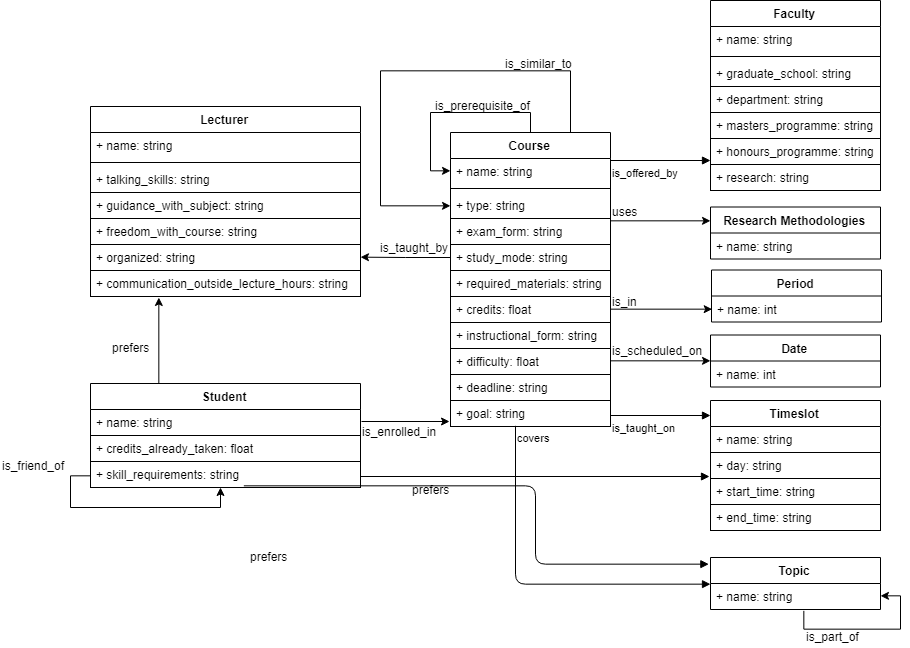
Earlier version of the draw.io export project-1/diagram/class-diagram.png (tintinrevient/intelligent-agents). Source tidied: cells renumbered, new cells last; positions are measured from the earlier drawing's top-left corner, leaving out a move shared by most shapes.
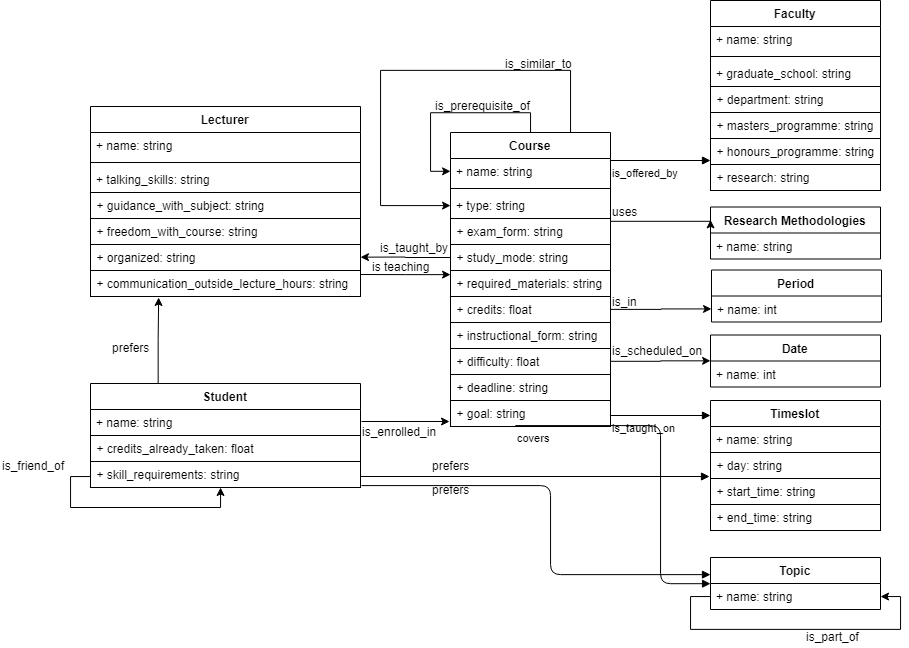
Later version of the same file.

The edit, as a diff of the source:
```diff
@@ -113,7 +113,7 @@
     <mxCell id="35" value="+ name: string" style="text;strokeColor=none;fillColor=none;align=left;verticalAlign=top;spacingLeft=4;spacingRight=4;overflow=hidden;points=[[0,0.5],[1,0.5]];portConstraint=eastwest;" parent="34" vertex="1">
       <mxGeometry y="26" width="170" height="26" as="geometry" />
     </mxCell>
-    <mxCell id="36" style="edgeStyle=orthogonalEdgeStyle;rounded=0;orthogonalLoop=1;jettySize=auto;html=1;entryX=1;entryY=0.5;entryDx=0;entryDy=0;exitX=0.553;exitY=1.038;exitDx=0;exitDy=0;exitPerimeter=0;" parent="34" edge="1" source="35" target="35">
+    <mxCell id="36" style="edgeStyle=orthogonalEdgeStyle;rounded=0;orthogonalLoop=1;jettySize=auto;html=1;entryX=1;entryY=0.5;entryDx=0;entryDy=0;" parent="34" edge="1" source="35" target="35">
       <mxGeometry relative="1" as="geometry" />
     </mxCell>
     <mxCell id="37" value="Timeslot" style="swimlane;fontStyle=1;align=center;verticalAlign=top;horizontal=1;startSize=26;" parent="1" vertex="1">
@@ -144,7 +144,11 @@
       <mxGeometry y="26" width="170" height="26" as="geometry" />
     </mxCell>
     <mxCell id="45" style="edgeStyle=orthogonalEdgeStyle;rounded=0;jettySize=auto;html=1;exitX=0.25;exitY=0;exitDx=0;exitDy=0;entryX=0.252;entryY=1.038;entryDx=0;entryDy=0;entryPerimeter=0;" parent="1" edge="1" source="46" target="23">
-      <mxGeometry relative="1" as="geometry" />
+      <mxGeometry relative="1" as="geometry">
+        <Array as="points">
+          <mxPoint x="158" y="339" />
+        </Array>
+      </mxGeometry>
     </mxCell>
     <mxCell id="46" value="Student" style="swimlane;fontStyle=1;align=center;verticalAlign=top;horizontal=1;startSize=26;" parent="1" vertex="1">
       <mxGeometry x="90" y="383" width="270" height="104" as="geometry" />
@@ -164,7 +168,7 @@
       <mxGeometry y="78" width="270" height="26" as="geometry" />
     </mxCell>
     <mxCell id="51" value="&lt;font style=&quot;font-size: 12px&quot;&gt;prefers&lt;/font&gt;" style="endArrow=block;endFill=1;html=1;edgeStyle=orthogonalEdgeStyle;align=left;verticalAlign=top;entryX=-0.006;entryY=0.231;entryDx=0;entryDy=0;entryPerimeter=0;" parent="1" edge="1">
-      <mxGeometry x="-0.71" relative="1" as="geometry">
+      <mxGeometry x="-0.6" relative="1" as="geometry">
         <mxPoint x="360" y="476" as="sourcePoint" />
         <mxPoint x="709" y="476" as="targetPoint" />
       </mxGeometry>
@@ -192,11 +196,17 @@
     <mxCell id="57" value="covers" style="endArrow=block;endFill=1;html=1;edgeStyle=orthogonalEdgeStyle;align=left;verticalAlign=top;entryX=0;entryY=0.5;entryDx=0;entryDy=0;exitX=0.406;exitY=0.962;exitDx=0;exitDy=0;exitPerimeter=0;" parent="1" edge="1" source="13" target="34">
       <mxGeometry x="-1" relative="1" as="geometry" />
     </mxCell>
-    <mxCell id="58" style="endArrow=block;endFill=1;html=1;edgeStyle=orthogonalEdgeStyle;align=left;verticalAlign=top;entryX=-0.006;entryY=0.115;entryDx=0;entryDy=0;entryPerimeter=0;exitX=0.567;exitY=0.962;exitDx=0;exitDy=0;exitPerimeter=0;" parent="1" edge="1" source="50" target="34">
-      <mxGeometry x="-1" relative="1" as="geometry" />
+    <mxCell id="58" style="endArrow=block;endFill=1;html=1;edgeStyle=orthogonalEdgeStyle;align=left;verticalAlign=top;" parent="1" edge="1" target="34">
+      <mxGeometry x="-1" relative="1" as="geometry">
+        <mxPoint x="361" y="485" as="sourcePoint" />
+        <Array as="points">
+          <mxPoint x="550" y="485" />
+          <mxPoint x="550" y="574" />
+        </Array>
+      </mxGeometry>
     </mxCell>
     <mxCell id="59" value="prefers" style="text;html=1;align=left;verticalAlign=top;spacingTop=-4;" parent="1" vertex="1">
-      <mxGeometry x="248" y="547" width="50" height="20" as="geometry" />
+      <mxGeometry x="430" y="456" width="50" height="20" as="geometry" />
     </mxCell>
     <mxCell id="60" style="edgeStyle=orthogonalEdgeStyle;rounded=0;orthogonalLoop=1;jettySize=auto;html=1;entryX=-0.012;entryY=0.846;entryDx=0;entryDy=0;entryPerimeter=0;" parent="1" edge="1">
       <mxGeometry relative="1" as="geometry">
@@ -245,5 +255,13 @@
     <mxCell id="73" style="edgeStyle=orthogonalEdgeStyle;rounded=0;jettySize=auto;html=1;exitX=1;exitY=0.5;exitDx=0;exitDy=0;entryX=0;entryY=0.5;entryDx=0;entryDy=0;" parent="1" edge="1" source="9" target="70">
       <mxGeometry relative="1" as="geometry" />
     </mxCell>
+    <mxCell id="74" style="edgeStyle=orthogonalEdgeStyle;rounded=0;jettySize=auto;html=1;entryX=0;entryY=0.159;entryDx=0;entryDy=0;entryPerimeter=0;" parent="1" edge="1" target="8">
+      <mxGeometry relative="1" as="geometry">
+        <mxPoint x="360" y="274" as="sourcePoint" />
+      </mxGeometry>
+    </mxCell>
+    <mxCell id="75" value="is teaching" style="text;html=1;align=left;verticalAlign=top;spacingTop=-4;" parent="1" vertex="1">
+      <mxGeometry x="370" y="257" width="70" height="20" as="geometry" />
+    </mxCell>
   </root>
 </mxGraphModel>
```
